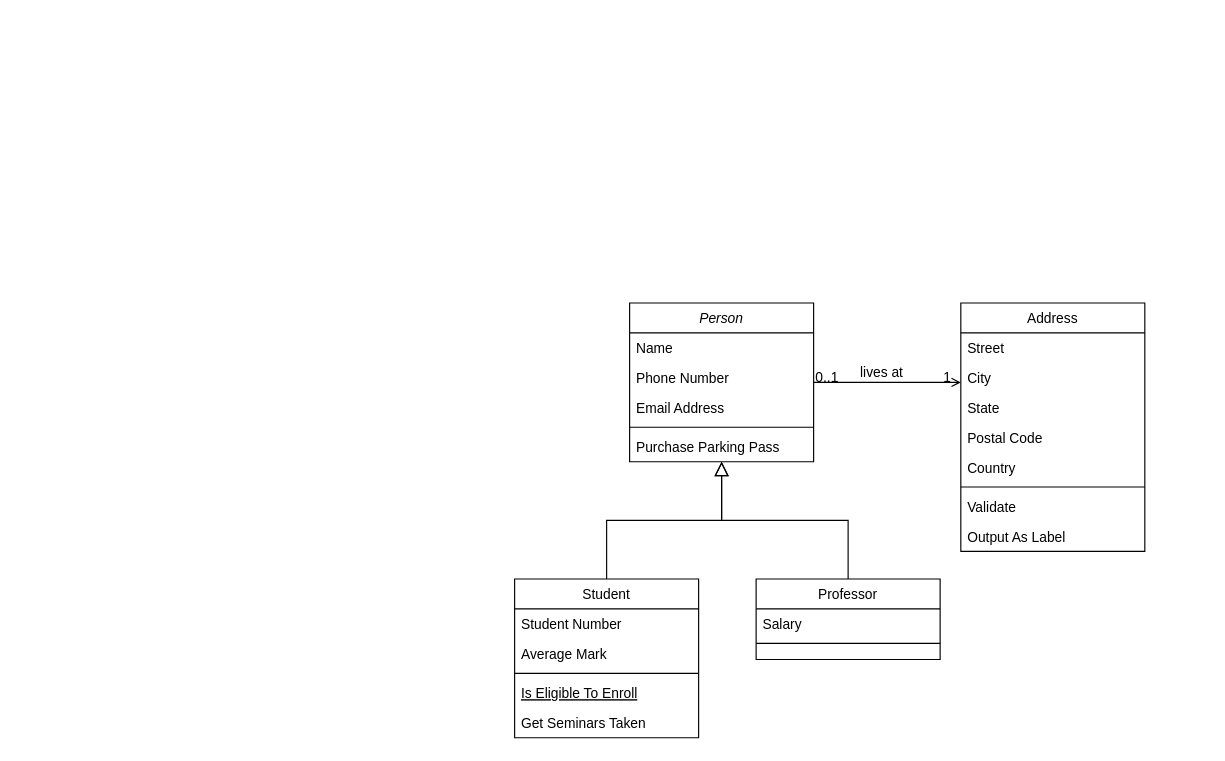
The draw.io diagram Untitled Diagram.drawio in l0tkaa/UML, before the edit. Source tidied: cells renumbered, new cells numbered last; positions are measured from the earlier drawing's top-left corner, leaving out a move shared by most shapes. Both pictures are drawn from the tidied source at 115%, with x=0, y=0 at pixel (514, 302).
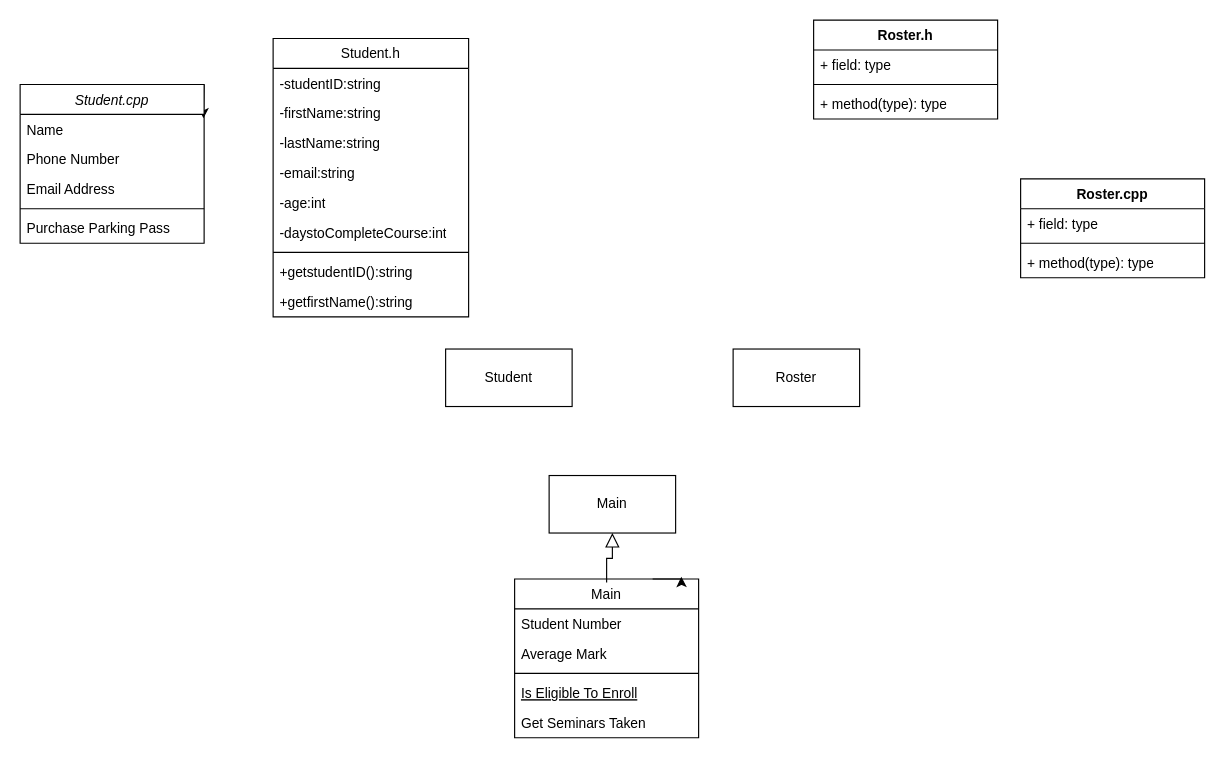
After the change.

Change to the diagram source:
```diff
@@
-    <mxCell id="2" value="Person" style="swimlane;fontStyle=2;align=center;verticalAlign=top;horizontal=1;startSize=26;rounded=0;shadow=0;strokeWidth=1;" parent="1" vertex="1">
-      <mxGeometry x="100" width="160" height="138" as="geometry" />
-    </mxCell>
-    <mxCell id="3" value="Name" style="text;align=left;verticalAlign=top;spacingLeft=4;spacingRight=4;overflow=hidden;" parent="2" vertex="1">
-      <mxGeometry y="26" width="160" height="26" as="geometry" />
-    </mxCell>
-    <mxCell id="4" value="Phone Number" style="text;align=left;verticalAlign=top;spacingLeft=4;spacingRight=4;overflow=hidden;rounded=0;shadow=0;html=0;" parent="2" vertex="1">
-      <mxGeometry y="52" width="160" height="26" as="geometry" />
-    </mxCell>
-    <mxCell id="5" value="Email Address" style="text;align=left;verticalAlign=top;spacingLeft=4;spacingRight=4;overflow=hidden;rounded=0;shadow=0;html=0;" parent="2" vertex="1">
-      <mxGeometry y="78" width="160" height="26" as="geometry" />
-    </mxCell>
-    <mxCell id="6" style="line;html=1;strokeWidth=1;align=left;verticalAlign=middle;spacingTop=-1;spacingLeft=3;spacingRight=3;labelPosition=right;" parent="2" vertex="1">
-      <mxGeometry y="104" width="160" height="8" as="geometry" />
-    </mxCell>
-    <mxCell id="7" value="Purchase Parking Pass" style="text;align=left;verticalAlign=top;spacingLeft=4;spacingRight=4;overflow=hidden;" parent="2" vertex="1">
-      <mxGeometry y="112" width="160" height="26" as="geometry" />
-    </mxCell>
-    <mxCell id="8" value="Student" style="swimlane;fontStyle=0;align=center;verticalAlign=top;horizontal=1;startSize=26;rounded=0;shadow=0;strokeWidth=1;" parent="1" vertex="1">
+    <mxCell id="8" value="Main" style="swimlane;fontStyle=0;align=center;verticalAlign=top;horizontal=1;startSize=26;rounded=0;shadow=0;strokeWidth=1;" parent="1" vertex="1">
       <mxGeometry y="240" width="160" height="138" as="geometry" />
     </mxCell>
@@
-    <mxCell id="14" style="endArrow=block;endSize=10;endFill=0;shadow=0;strokeWidth=1;rounded=0;curved=0;edgeStyle=elbowEdgeStyle;elbow=vertical;" parent="1" edge="1" source="8" target="2">
+    <mxCell id="14" style="endArrow=block;endSize=10;endFill=0;shadow=0;strokeWidth=1;rounded=0;curved=0;edgeStyle=elbowEdgeStyle;elbow=vertical;exitX=0.5;exitY=0.022;exitDx=0;exitDy=0;exitPerimeter=0;" parent="1" edge="1" source="8" target="47">
       <mxGeometry relative="1" as="geometry" />
     </mxCell>
-    <mxCell id="15" value="Professor" style="swimlane;fontStyle=0;align=center;verticalAlign=top;horizontal=1;startSize=26;rounded=0;shadow=0;strokeWidth=1;" parent="1" vertex="1">
-      <mxGeometry x="210" y="240" width="160" height="70" as="geometry" />
-    </mxCell>
-    <mxCell id="16" value="Salary" style="text;align=left;verticalAlign=top;spacingLeft=4;spacingRight=4;overflow=hidden;" parent="15" vertex="1">
-      <mxGeometry y="26" width="160" height="26" as="geometry" />
-    </mxCell>
-    <mxCell id="17" style="line;html=1;strokeWidth=1;align=left;verticalAlign=middle;spacingTop=-1;spacingLeft=3;spacingRight=3;labelPosition=right;" parent="15" vertex="1">
-      <mxGeometry y="52" width="160" height="8" as="geometry" />
-    </mxCell>
-    <mxCell id="18" style="endArrow=block;endSize=10;endFill=0;shadow=0;strokeWidth=1;rounded=0;curved=0;edgeStyle=elbowEdgeStyle;elbow=vertical;" parent="1" edge="1" source="15" target="2">
-      <mxGeometry relative="1" as="geometry" />
-    </mxCell>
-    <mxCell id="19" value="Address" style="swimlane;fontStyle=0;align=center;verticalAlign=top;horizontal=1;startSize=26;rounded=0;shadow=0;strokeWidth=1;" parent="1" vertex="1">
-      <mxGeometry x="388" width="160" height="216" as="geometry" />
-    </mxCell>
-    <mxCell id="20" value="Street" style="text;align=left;verticalAlign=top;spacingLeft=4;spacingRight=4;overflow=hidden;" parent="19" vertex="1">
-      <mxGeometry y="26" width="160" height="26" as="geometry" />
-    </mxCell>
-    <mxCell id="21" value="City" style="text;align=left;verticalAlign=top;spacingLeft=4;spacingRight=4;overflow=hidden;rounded=0;shadow=0;html=0;" parent="19" vertex="1">
-      <mxGeometry y="52" width="160" height="26" as="geometry" />
-    </mxCell>
-    <mxCell id="22" value="State" style="text;align=left;verticalAlign=top;spacingLeft=4;spacingRight=4;overflow=hidden;rounded=0;shadow=0;html=0;" parent="19" vertex="1">
-      <mxGeometry y="78" width="160" height="26" as="geometry" />
-    </mxCell>
-    <mxCell id="23" value="Postal Code" style="text;align=left;verticalAlign=top;spacingLeft=4;spacingRight=4;overflow=hidden;rounded=0;shadow=0;html=0;" parent="19" vertex="1">
-      <mxGeometry y="104" width="160" height="26" as="geometry" />
-    </mxCell>
-    <mxCell id="24" value="Country" style="text;align=left;verticalAlign=top;spacingLeft=4;spacingRight=4;overflow=hidden;rounded=0;shadow=0;html=0;" parent="19" vertex="1">
-      <mxGeometry y="130" width="160" height="26" as="geometry" />
-    </mxCell>
-    <mxCell id="25" style="line;html=1;strokeWidth=1;align=left;verticalAlign=middle;spacingTop=-1;spacingLeft=3;spacingRight=3;labelPosition=right;" parent="19" vertex="1">
-      <mxGeometry y="156" width="160" height="8" as="geometry" />
-    </mxCell>
-    <mxCell id="26" value="Validate" style="text;align=left;verticalAlign=top;spacingLeft=4;spacingRight=4;overflow=hidden;" parent="19" vertex="1">
-      <mxGeometry y="164" width="160" height="26" as="geometry" />
-    </mxCell>
-    <mxCell id="27" value="Output As Label" style="text;align=left;verticalAlign=top;spacingLeft=4;spacingRight=4;overflow=hidden;" parent="19" vertex="1">
-      <mxGeometry y="190" width="160" height="26" as="geometry" />
-    </mxCell>
-    <mxCell id="28" style="endArrow=open;shadow=0;strokeWidth=1;rounded=0;curved=0;endFill=1;edgeStyle=elbowEdgeStyle;elbow=vertical;" parent="1" edge="1" source="2" target="19">
-      <mxGeometry x="0.5" y="41" relative="1" as="geometry">
-        <mxPoint x="-40" y="32" as="offset" />
-      </mxGeometry>
-    </mxCell>
-    <mxCell id="29" value="0..1" style="align=left;verticalAlign=bottom;labelBackgroundColor=none;fontSize=12;" parent="28" vertex="1">
-      <mxGeometry x="-1" relative="1" as="geometry">
-        <mxPoint y="4" as="offset" />
-      </mxGeometry>
-    </mxCell>
-    <mxCell id="30" value="1" style="align=right;verticalAlign=bottom;labelBackgroundColor=none;fontSize=12;" parent="28" vertex="1">
-      <mxGeometry x="1" relative="1" as="geometry">
-        <mxPoint x="-7" y="4" as="offset" />
-      </mxGeometry>
-    </mxCell>
-    <mxCell id="31" value="lives at" style="text;html=1;align=center;verticalAlign=middle;labelBackgroundColor=none;rounded=0;shadow=0;strokeWidth=1;fontSize=12;" parent="28" vertex="1">
-      <mxGeometry x="0.5" y="49" relative="1" as="geometry">
-        <mxPoint x="-38" y="40" as="offset" />
-      </mxGeometry>
-    </mxCell>
+    <mxCell id="32" style="edgeStyle=orthogonalEdgeStyle;rounded=0;orthogonalLoop=1;jettySize=auto;html=1;exitX=0.75;exitY=0;exitDx=0;exitDy=0;entryX=0.906;entryY=-0.014;entryDx=0;entryDy=0;entryPerimeter=0;" parent="1" edge="1" source="8" target="8">
+      <mxGeometry relative="1" as="geometry" />
+    </mxCell>
+    <mxCell id="33" style="edgeStyle=orthogonalEdgeStyle;rounded=0;jettySize=auto;html=1;exitX=1;exitY=0;exitDx=0;exitDy=0;" parent="1" edge="1" source="34">
+      <mxGeometry relative="1" as="geometry">
+        <mxPoint x="-270.6" y="-160.6" as="targetPoint" />
+      </mxGeometry>
+    </mxCell>
+    <mxCell id="34" value="Student.cpp" style="swimlane;fontStyle=2;align=center;verticalAlign=top;horizontal=1;startSize=26;rounded=0;shadow=0;strokeWidth=1;" parent="1" vertex="1">
+      <mxGeometry x="-430" y="-190" width="160" height="138" as="geometry" />
+    </mxCell>
+    <mxCell id="3" value="Name" style="text;align=left;verticalAlign=top;spacingLeft=4;spacingRight=4;overflow=hidden;" parent="34" vertex="1">
+      <mxGeometry y="26" width="160" height="26" as="geometry" />
+    </mxCell>
+    <mxCell id="4" value="Phone Number" style="text;align=left;verticalAlign=top;spacingLeft=4;spacingRight=4;overflow=hidden;rounded=0;shadow=0;html=0;" parent="34" vertex="1">
+      <mxGeometry y="52" width="160" height="26" as="geometry" />
+    </mxCell>
+    <mxCell id="5" value="Email Address" style="text;align=left;verticalAlign=top;spacingLeft=4;spacingRight=4;overflow=hidden;rounded=0;shadow=0;html=0;" parent="34" vertex="1">
+      <mxGeometry y="78" width="160" height="26" as="geometry" />
+    </mxCell>
+    <mxCell id="6" style="line;html=1;strokeWidth=1;align=left;verticalAlign=middle;spacingTop=-1;spacingLeft=3;spacingRight=3;labelPosition=right;" parent="34" vertex="1">
+      <mxGeometry y="104" width="160" height="8" as="geometry" />
+    </mxCell>
+    <mxCell id="7" value="Purchase Parking Pass" style="text;align=left;verticalAlign=top;spacingLeft=4;spacingRight=4;overflow=hidden;" parent="34" vertex="1">
+      <mxGeometry y="112" width="160" height="26" as="geometry" />
+    </mxCell>
+    <mxCell id="35" value="Student.h" style="swimlane;fontStyle=0;horizontal=1;startSize=26;fillColor=none;whiteSpace=wrap;html=1;" parent="1" vertex="1">
+      <mxGeometry x="-210" y="-230" width="170" height="242" as="geometry" />
+    </mxCell>
+    <mxCell id="36" value="-studentID:string" style="text;strokeColor=none;fillColor=none;align=left;verticalAlign=top;spacingLeft=4;spacingRight=4;overflow=hidden;whiteSpace=wrap;html=1;" parent="35" vertex="1">
+      <mxGeometry y="26" width="170" height="26" as="geometry" />
+    </mxCell>
+    <mxCell id="37" value="&lt;div&gt;-firstName:string&lt;/div&gt;&lt;div&gt;&lt;br&gt;&lt;/div&gt;" style="text;strokeColor=none;fillColor=none;align=left;verticalAlign=top;spacingLeft=4;spacingRight=4;overflow=hidden;whiteSpace=wrap;html=1;" parent="35" vertex="1">
+      <mxGeometry y="52" width="170" height="26" as="geometry" />
+    </mxCell>
+    <mxCell id="38" value="-lastName:string" style="text;strokeColor=none;fillColor=none;align=left;verticalAlign=top;spacingLeft=4;spacingRight=4;overflow=hidden;whiteSpace=wrap;html=1;" parent="35" vertex="1">
+      <mxGeometry y="78" width="170" height="26" as="geometry" />
+    </mxCell>
+    <mxCell id="39" value="-email:string" style="text;strokeColor=none;fillColor=none;align=left;verticalAlign=top;spacingLeft=4;spacingRight=4;overflow=hidden;whiteSpace=wrap;html=1;" parent="35" vertex="1">
+      <mxGeometry y="104" width="170" height="26" as="geometry" />
+    </mxCell>
+    <mxCell id="40" value="-age:int" style="text;strokeColor=none;fillColor=none;align=left;verticalAlign=top;spacingLeft=4;spacingRight=4;overflow=hidden;whiteSpace=wrap;html=1;" parent="35" vertex="1">
+      <mxGeometry y="130" width="170" height="26" as="geometry" />
+    </mxCell>
+    <mxCell id="41" value="&lt;div&gt;-daystoCompleteCourse:int&lt;/div&gt;&lt;div&gt;&lt;br&gt;&lt;/div&gt;" style="text;strokeColor=none;fillColor=none;align=left;verticalAlign=top;spacingLeft=4;spacingRight=4;overflow=hidden;whiteSpace=wrap;html=1;" parent="35" vertex="1">
+      <mxGeometry y="156" width="170" height="26" as="geometry" />
+    </mxCell>
+    <mxCell id="42" style="line;html=1;strokeWidth=1;align=left;verticalAlign=middle;spacingTop=-1;spacingLeft=3;spacingRight=3;labelPosition=right;" parent="35" vertex="1">
+      <mxGeometry y="182" width="170" height="8" as="geometry" />
+    </mxCell>
+    <mxCell id="43" value="&lt;div&gt;+getstudentID():string&lt;br&gt;&lt;/div&gt;&lt;div&gt;&lt;br&gt;&lt;/div&gt;" style="text;strokeColor=none;fillColor=none;align=left;verticalAlign=top;spacingLeft=4;spacingRight=4;overflow=hidden;whiteSpace=wrap;html=1;" parent="35" vertex="1">
+      <mxGeometry y="190" width="170" height="26" as="geometry" />
+    </mxCell>
+    <mxCell id="44" value="+getfirstName():string" style="text;strokeColor=none;fillColor=none;align=left;verticalAlign=top;spacingLeft=4;spacingRight=4;overflow=hidden;whiteSpace=wrap;html=1;" parent="35" vertex="1">
+      <mxGeometry y="216" width="170" height="26" as="geometry" />
+    </mxCell>
+    <mxCell id="45" value="Student" style="html=1;whiteSpace=wrap;" parent="1" vertex="1">
+      <mxGeometry x="-60" y="40" width="110" height="50" as="geometry" />
+    </mxCell>
+    <mxCell id="46" value="Roster" style="html=1;whiteSpace=wrap;" parent="1" vertex="1">
+      <mxGeometry x="190" y="40" width="110" height="50" as="geometry" />
+    </mxCell>
+    <mxCell id="47" value="Main" style="html=1;whiteSpace=wrap;" parent="1" vertex="1">
+      <mxGeometry x="30" y="150" width="110" height="50" as="geometry" />
+    </mxCell>
+    <mxCell id="48" value="Roster.cpp" style="swimlane;fontStyle=1;align=center;verticalAlign=top;horizontal=1;startSize=26;whiteSpace=wrap;html=1;" parent="1" vertex="1">
+      <mxGeometry x="440" y="-108" width="160" height="86" as="geometry" />
+    </mxCell>
+    <mxCell id="49" value="+ field: type" style="text;strokeColor=none;fillColor=none;align=left;verticalAlign=top;spacingLeft=4;spacingRight=4;overflow=hidden;whiteSpace=wrap;html=1;" parent="48" vertex="1">
+      <mxGeometry y="26" width="160" height="26" as="geometry" />
+    </mxCell>
+    <mxCell id="50" style="line;strokeWidth=1;fillColor=none;align=left;verticalAlign=middle;spacingTop=-1;spacingLeft=3;spacingRight=3;labelPosition=right;strokeColor=inherit;" parent="48" vertex="1">
+      <mxGeometry y="52" width="160" height="8" as="geometry" />
+    </mxCell>
+    <mxCell id="51" value="+ method(type): type" style="text;strokeColor=none;fillColor=none;align=left;verticalAlign=top;spacingLeft=4;spacingRight=4;overflow=hidden;whiteSpace=wrap;html=1;" parent="48" vertex="1">
+      <mxGeometry y="60" width="160" height="26" as="geometry" />
+    </mxCell>
+    <mxCell id="52" value="Roster.h" style="swimlane;fontStyle=1;align=center;verticalAlign=top;horizontal=1;startSize=26;whiteSpace=wrap;html=1;" parent="1" vertex="1">
+      <mxGeometry x="260" y="-246" width="160" height="86" as="geometry" />
+    </mxCell>
+    <mxCell id="53" value="+ field: type" style="text;strokeColor=none;fillColor=none;align=left;verticalAlign=top;spacingLeft=4;spacingRight=4;overflow=hidden;whiteSpace=wrap;html=1;" parent="52" vertex="1">
+      <mxGeometry y="26" width="160" height="26" as="geometry" />
+    </mxCell>
+    <mxCell id="54" style="line;strokeWidth=1;fillColor=none;align=left;verticalAlign=middle;spacingTop=-1;spacingLeft=3;spacingRight=3;labelPosition=right;strokeColor=inherit;" parent="52" vertex="1">
+      <mxGeometry y="52" width="160" height="8" as="geometry" />
+    </mxCell>
+    <mxCell id="55" value="+ method(type): type" style="text;strokeColor=none;fillColor=none;align=left;verticalAlign=top;spacingLeft=4;spacingRight=4;overflow=hidden;whiteSpace=wrap;html=1;" parent="52" vertex="1">
+      <mxGeometry y="60" width="160" height="26" as="geometry" />
+    </mxCell>
```
